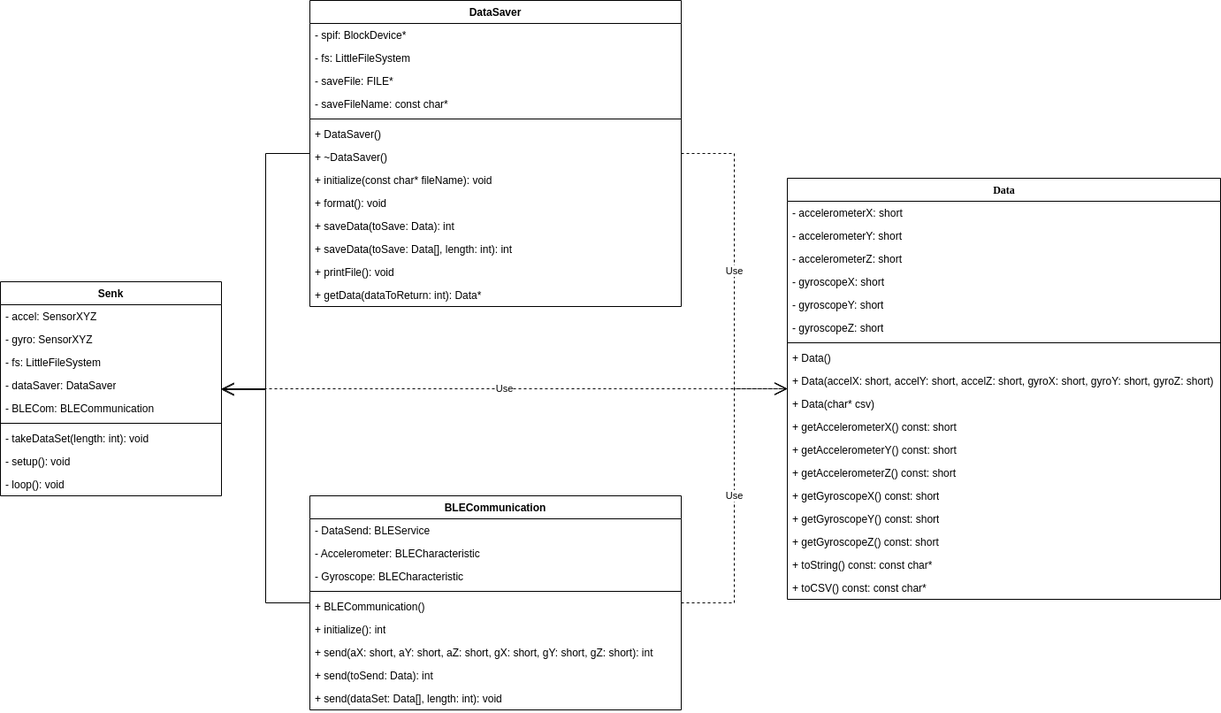
Earlier version of the draw.io export docs/media/ClassDiagram.png (Magform/senk). Source tidied: cells renumbered, new cells last; positions are measured from the earlier drawing's top-left corner, leaving out a move shared by most shapes.
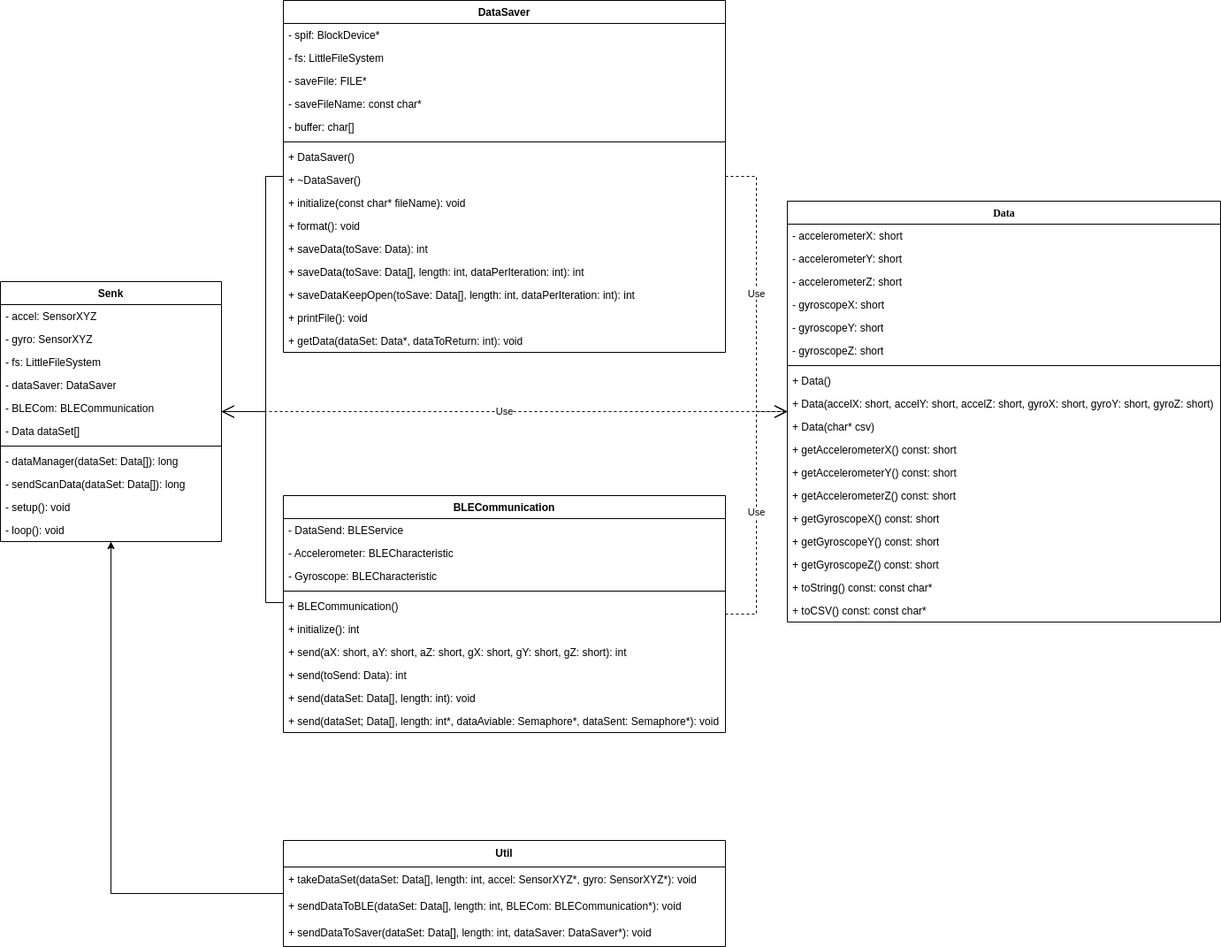
Later version of the same file.

Commit message:
Updated Class Diagram

The edit, as a diff of the source:
```diff
@@ -3,7 +3,7 @@
     <mxCell id="0" />
     <mxCell id="1" parent="0" />
     <mxCell id="2" value="Data" style="swimlane;html=1;fontStyle=1;align=center;verticalAlign=top;horizontal=1;startSize=26;swimlaneFillColor=#ffffff;rounded=0;shadow=0;comic=0;labelBackgroundColor=none;strokeWidth=1;fillColor=none;fontFamily=Verdana;fontSize=12;" parent="1" vertex="1">
-      <mxGeometry x="890" y="201" width="490" height="476" as="geometry" />
+      <mxGeometry x="890" y="227" width="490" height="476" as="geometry" />
     </mxCell>
     <mxCell id="3" value="- accelerometerX: short" style="text;html=1;strokeColor=none;fillColor=none;align=left;verticalAlign=top;spacingLeft=4;spacingRight=4;whiteSpace=wrap;overflow=hidden;" parent="2" vertex="1">
       <mxGeometry y="26" width="490" height="26" as="geometry" />
@@ -60,79 +60,88 @@
       <mxGeometry y="450" width="490" height="26" as="geometry" />
     </mxCell>
     <mxCell id="21" value="BLECommunication&lt;br&gt;" style="swimlane;fontStyle=1;align=center;verticalAlign=top;horizontal=1;startSize=26;whiteSpace=wrap;html=1;" parent="1" vertex="1">
-      <mxGeometry x="350" y="560" width="420" height="242" as="geometry" />
+      <mxGeometry x="320" y="560" width="500" height="268" as="geometry" />
     </mxCell>
     <mxCell id="22" value="- DataSend: BLEService" style="text;strokeColor=none;fillColor=none;align=left;verticalAlign=top;spacingLeft=4;spacingRight=4;overflow=hidden;whiteSpace=wrap;html=1;" parent="21" vertex="1">
-      <mxGeometry y="26" width="420" height="26" as="geometry" />
+      <mxGeometry y="26" width="500" height="26" as="geometry" />
     </mxCell>
     <mxCell id="23" value="- Accelerometer: BLECharacteristic" style="text;strokeColor=none;fillColor=none;align=left;verticalAlign=top;spacingLeft=4;spacingRight=4;overflow=hidden;whiteSpace=wrap;html=1;" parent="21" vertex="1">
-      <mxGeometry y="52" width="420" height="26" as="geometry" />
+      <mxGeometry y="52" width="500" height="26" as="geometry" />
     </mxCell>
     <mxCell id="24" value="- Gyroscope: BLECharacteristic" style="text;strokeColor=none;fillColor=none;align=left;verticalAlign=top;spacingLeft=4;spacingRight=4;overflow=hidden;whiteSpace=wrap;html=1;" parent="21" vertex="1">
-      <mxGeometry y="78" width="420" height="26" as="geometry" />
+      <mxGeometry y="78" width="500" height="26" as="geometry" />
     </mxCell>
     <mxCell id="25" style="line;strokeWidth=1;fillColor=none;align=left;verticalAlign=middle;spacingTop=-1;spacingLeft=3;spacingRight=3;labelPosition=right;strokeColor=inherit;" parent="21" vertex="1">
-      <mxGeometry y="104" width="420" height="8" as="geometry" />
+      <mxGeometry y="104" width="500" height="8" as="geometry" />
     </mxCell>
     <mxCell id="26" value="+ BLECommunication()" style="text;strokeColor=none;fillColor=none;align=left;verticalAlign=top;spacingLeft=4;spacingRight=4;overflow=hidden;whiteSpace=wrap;html=1;" parent="21" vertex="1">
-      <mxGeometry y="112" width="420" height="26" as="geometry" />
+      <mxGeometry y="112" width="500" height="26" as="geometry" />
     </mxCell>
     <mxCell id="27" value="+ initialize(): int" style="text;strokeColor=none;fillColor=none;align=left;verticalAlign=top;spacingLeft=4;spacingRight=4;overflow=hidden;whiteSpace=wrap;html=1;" parent="21" vertex="1">
-      <mxGeometry y="138" width="420" height="26" as="geometry" />
+      <mxGeometry y="138" width="500" height="26" as="geometry" />
     </mxCell>
     <mxCell id="28" value="+ send(aX: short, aY: short, aZ: short, gX: short, gY: short, gZ: short): int" style="text;strokeColor=none;fillColor=none;align=left;verticalAlign=top;spacingLeft=4;spacingRight=4;overflow=hidden;whiteSpace=wrap;html=1;" parent="21" vertex="1">
-      <mxGeometry y="164" width="420" height="26" as="geometry" />
+      <mxGeometry y="164" width="500" height="26" as="geometry" />
     </mxCell>
     <mxCell id="29" value="+ send(toSend: Data): int" style="text;strokeColor=none;fillColor=none;align=left;verticalAlign=top;spacingLeft=4;spacingRight=4;overflow=hidden;whiteSpace=wrap;html=1;" parent="21" vertex="1">
-      <mxGeometry y="190" width="420" height="26" as="geometry" />
+      <mxGeometry y="190" width="500" height="26" as="geometry" />
     </mxCell>
     <mxCell id="30" value="+ send(dataSet: Data[], length: int): void" style="text;strokeColor=none;fillColor=none;align=left;verticalAlign=top;spacingLeft=4;spacingRight=4;overflow=hidden;whiteSpace=wrap;html=1;" parent="21" vertex="1">
-      <mxGeometry y="216" width="420" height="26" as="geometry" />
+      <mxGeometry y="216" width="500" height="26" as="geometry" />
     </mxCell>
+    <mxCell id="60" value="+ send(dataSet; Data[], length: int*, dataAviable: Semaphore*, dataSent: Semaphore*): void" style="text;strokeColor=none;fillColor=none;align=left;verticalAlign=top;spacingLeft=4;spacingRight=4;overflow=hidden;whiteSpace=wrap;html=1;" parent="21" vertex="1">
+      <mxGeometry y="242" width="500" height="26" as="geometry" />
+    </mxCell>
     <mxCell id="31" value="DataSaver" style="swimlane;fontStyle=1;align=center;verticalAlign=top;horizontal=1;startSize=26;whiteSpace=wrap;html=1;" parent="1" vertex="1">
-      <mxGeometry x="350" width="420" height="346" as="geometry" />
+      <mxGeometry x="320" width="500" height="398" as="geometry" />
     </mxCell>
     <mxCell id="32" value="- spif: BlockDevice*" style="text;strokeColor=none;fillColor=none;align=left;verticalAlign=top;spacingLeft=4;spacingRight=4;overflow=hidden;whiteSpace=wrap;html=1;" parent="31" vertex="1">
-      <mxGeometry y="26" width="420" height="26" as="geometry" />
+      <mxGeometry y="26" width="500" height="26" as="geometry" />
     </mxCell>
     <mxCell id="33" value="- fs: LittleFileSystem" style="text;strokeColor=none;fillColor=none;align=left;verticalAlign=top;spacingLeft=4;spacingRight=4;overflow=hidden;whiteSpace=wrap;html=1;" parent="31" vertex="1">
-      <mxGeometry y="52" width="420" height="26" as="geometry" />
+      <mxGeometry y="52" width="500" height="26" as="geometry" />
     </mxCell>
     <mxCell id="34" value="- saveFile: FILE*" style="text;strokeColor=none;fillColor=none;align=left;verticalAlign=top;spacingLeft=4;spacingRight=4;overflow=hidden;whiteSpace=wrap;html=1;" parent="31" vertex="1">
-      <mxGeometry y="78" width="420" height="26" as="geometry" />
+      <mxGeometry y="78" width="500" height="26" as="geometry" />
     </mxCell>
     <mxCell id="35" value="- saveFileName: const char*" style="text;strokeColor=none;fillColor=none;align=left;verticalAlign=top;spacingLeft=4;spacingRight=4;overflow=hidden;whiteSpace=wrap;html=1;" parent="31" vertex="1">
-      <mxGeometry y="104" width="420" height="26" as="geometry" />
+      <mxGeometry y="104" width="500" height="26" as="geometry" />
     </mxCell>
+    <mxCell id="61" value="- buffer: char[]" style="text;strokeColor=none;fillColor=none;align=left;verticalAlign=top;spacingLeft=4;spacingRight=4;overflow=hidden;whiteSpace=wrap;html=1;" parent="31" vertex="1">
+      <mxGeometry y="130" width="500" height="26" as="geometry" />
+    </mxCell>
     <mxCell id="36" style="line;strokeWidth=1;fillColor=none;align=left;verticalAlign=middle;spacingTop=-1;spacingLeft=3;spacingRight=3;labelPosition=right;strokeColor=inherit;" parent="31" vertex="1">
-      <mxGeometry y="130" width="420" height="8" as="geometry" />
+      <mxGeometry y="156" width="500" height="8" as="geometry" />
     </mxCell>
     <mxCell id="37" value="+ DataSaver()" style="text;strokeColor=none;fillColor=none;align=left;verticalAlign=top;spacingLeft=4;spacingRight=4;overflow=hidden;whiteSpace=wrap;html=1;" parent="31" vertex="1">
-      <mxGeometry y="138" width="420" height="26" as="geometry" />
+      <mxGeometry y="164" width="500" height="26" as="geometry" />
     </mxCell>
     <mxCell id="38" value="+ ~DataSaver()" style="text;strokeColor=none;fillColor=none;align=left;verticalAlign=top;spacingLeft=4;spacingRight=4;overflow=hidden;whiteSpace=wrap;html=1;" parent="31" vertex="1">
-      <mxGeometry y="164" width="420" height="26" as="geometry" />
+      <mxGeometry y="190" width="500" height="26" as="geometry" />
     </mxCell>
     <mxCell id="39" value="+ initialize(const char* fileName): void" style="text;strokeColor=none;fillColor=none;align=left;verticalAlign=top;spacingLeft=4;spacingRight=4;overflow=hidden;whiteSpace=wrap;html=1;" parent="31" vertex="1">
-      <mxGeometry y="190" width="420" height="26" as="geometry" />
+      <mxGeometry y="216" width="500" height="26" as="geometry" />
     </mxCell>
     <mxCell id="40" value="+ format(): void" style="text;strokeColor=none;fillColor=none;align=left;verticalAlign=top;spacingLeft=4;spacingRight=4;overflow=hidden;whiteSpace=wrap;html=1;" parent="31" vertex="1">
-      <mxGeometry y="216" width="420" height="26" as="geometry" />
+      <mxGeometry y="242" width="500" height="26" as="geometry" />
     </mxCell>
     <mxCell id="41" value="+ saveData(toSave: Data): int" style="text;strokeColor=none;fillColor=none;align=left;verticalAlign=top;spacingLeft=4;spacingRight=4;overflow=hidden;whiteSpace=wrap;html=1;" parent="31" vertex="1">
-      <mxGeometry y="242" width="420" height="26" as="geometry" />
+      <mxGeometry y="268" width="500" height="26" as="geometry" />
     </mxCell>
-    <mxCell id="42" value="+ saveData(toSave: Data[], length: int): int" style="text;strokeColor=none;fillColor=none;align=left;verticalAlign=top;spacingLeft=4;spacingRight=4;overflow=hidden;whiteSpace=wrap;html=1;" parent="31" vertex="1">
-      <mxGeometry y="268" width="420" height="26" as="geometry" />
+    <mxCell id="42" value="+ saveData(toSave: Data[], length: int, dataPerIteration: int): int" style="text;strokeColor=none;fillColor=none;align=left;verticalAlign=top;spacingLeft=4;spacingRight=4;overflow=hidden;whiteSpace=wrap;html=1;" parent="31" vertex="1">
+      <mxGeometry y="294" width="500" height="26" as="geometry" />
     </mxCell>
+    <mxCell id="62" value="+ saveDataKeepOpen(toSave: Data[], length: int, dataPerIteration: int): int" style="text;strokeColor=none;fillColor=none;align=left;verticalAlign=top;spacingLeft=4;spacingRight=4;overflow=hidden;whiteSpace=wrap;html=1;" parent="31" vertex="1">
+      <mxGeometry y="320" width="500" height="26" as="geometry" />
+    </mxCell>
     <mxCell id="43" value="+ printFile(): void" style="text;strokeColor=none;fillColor=none;align=left;verticalAlign=top;spacingLeft=4;spacingRight=4;overflow=hidden;whiteSpace=wrap;html=1;" parent="31" vertex="1">
-      <mxGeometry y="294" width="420" height="26" as="geometry" />
+      <mxGeometry y="346" width="500" height="26" as="geometry" />
     </mxCell>
-    <mxCell id="44" value="+ getData(dataToReturn: int): Data*&amp;nbsp;" style="text;strokeColor=none;fillColor=none;align=left;verticalAlign=top;spacingLeft=4;spacingRight=4;overflow=hidden;whiteSpace=wrap;html=1;" parent="31" vertex="1">
-      <mxGeometry y="320" width="420" height="26" as="geometry" />
+    <mxCell id="44" value="+ getData(dataSet: Data*, dataToReturn: int): void" style="text;strokeColor=none;fillColor=none;align=left;verticalAlign=top;spacingLeft=4;spacingRight=4;overflow=hidden;whiteSpace=wrap;html=1;" parent="31" vertex="1">
+      <mxGeometry y="372" width="500" height="26" as="geometry" />
     </mxCell>
     <mxCell id="45" value="Senk" style="swimlane;fontStyle=1;align=center;verticalAlign=top;horizontal=1;startSize=26;whiteSpace=wrap;html=1;" parent="1" vertex="1">
-      <mxGeometry y="318" width="250" height="242" as="geometry" />
+      <mxGeometry y="318" width="250" height="294" as="geometry" />
     </mxCell>
     <mxCell id="46" value="- accel: SensorXYZ" style="text;strokeColor=none;fillColor=none;align=left;verticalAlign=top;spacingLeft=4;spacingRight=4;overflow=hidden;whiteSpace=wrap;html=1;" parent="45" vertex="1">
       <mxGeometry y="26" width="250" height="26" as="geometry" />
@@ -149,26 +158,37 @@
     <mxCell id="50" value="- BLECom: BLECommunication" style="text;strokeColor=none;fillColor=none;align=left;verticalAlign=top;spacingLeft=4;spacingRight=4;overflow=hidden;whiteSpace=wrap;html=1;" parent="45" vertex="1">
       <mxGeometry y="130" width="250" height="26" as="geometry" />
     </mxCell>
+    <mxCell id="63" value="- Data dataSet[]" style="text;strokeColor=none;fillColor=none;align=left;verticalAlign=top;spacingLeft=4;spacingRight=4;overflow=hidden;whiteSpace=wrap;html=1;" parent="45" vertex="1">
+      <mxGeometry y="156" width="250" height="26" as="geometry" />
+    </mxCell>
     <mxCell id="51" style="line;strokeWidth=1;fillColor=none;align=left;verticalAlign=middle;spacingTop=-1;spacingLeft=3;spacingRight=3;labelPosition=right;strokeColor=inherit;" parent="45" vertex="1">
-      <mxGeometry y="156" width="250" height="8" as="geometry" />
+      <mxGeometry y="182" width="250" height="8" as="geometry" />
     </mxCell>
-    <mxCell id="52" value="- takeDataSet(length: int): void" style="text;strokeColor=none;fillColor=none;align=left;verticalAlign=top;spacingLeft=4;spacingRight=4;overflow=hidden;whiteSpace=wrap;html=1;" parent="45" vertex="1">
-      <mxGeometry y="164" width="250" height="26" as="geometry" />
+    <mxCell id="52" value="- dataManager(dataSet: Data[]): long" style="text;strokeColor=none;fillColor=none;align=left;verticalAlign=top;spacingLeft=4;spacingRight=4;overflow=hidden;whiteSpace=wrap;html=1;" parent="45" vertex="1">
+      <mxGeometry y="190" width="250" height="26" as="geometry" />
     </mxCell>
+    <mxCell id="64" value="- sendScanData(dataSet: Data[]): long" style="text;strokeColor=none;fillColor=none;align=left;verticalAlign=top;spacingLeft=4;spacingRight=4;overflow=hidden;whiteSpace=wrap;html=1;" parent="45" vertex="1">
+      <mxGeometry y="216" width="250" height="26" as="geometry" />
+    </mxCell>
     <mxCell id="53" value="- setup(): void" style="text;strokeColor=none;fillColor=none;align=left;verticalAlign=top;spacingLeft=4;spacingRight=4;overflow=hidden;whiteSpace=wrap;html=1;" parent="45" vertex="1">
-      <mxGeometry y="190" width="250" height="26" as="geometry" />
+      <mxGeometry y="242" width="250" height="26" as="geometry" />
     </mxCell>
     <mxCell id="54" value="- loop(): void" style="text;strokeColor=none;fillColor=none;align=left;verticalAlign=top;spacingLeft=4;spacingRight=4;overflow=hidden;whiteSpace=wrap;html=1;" parent="45" vertex="1">
-      <mxGeometry y="216" width="250" height="26" as="geometry" />
+      <mxGeometry y="268" width="250" height="26" as="geometry" />
     </mxCell>
     <mxCell id="55" style="endArrow=open;endFill=1;endSize=12;html=1;rounded=0;edgeStyle=orthogonalEdgeStyle;" parent="1" edge="1" source="31" target="45">
-      <mxGeometry relative="1" as="geometry" />
+      <mxGeometry relative="1" as="geometry">
+        <Array as="points">
+          <mxPoint x="300" y="199" />
+          <mxPoint x="300" y="465" />
+        </Array>
+      </mxGeometry>
     </mxCell>
     <mxCell id="56" style="endArrow=open;endFill=1;endSize=12;html=1;rounded=0;edgeStyle=orthogonalEdgeStyle;" parent="1" edge="1" source="21" target="45">
       <mxGeometry relative="1" as="geometry">
         <Array as="points">
           <mxPoint x="300" y="681" />
-          <mxPoint x="300" y="440" />
+          <mxPoint x="300" y="465" />
         </Array>
       </mxGeometry>
     </mxCell>
@@ -181,5 +201,20 @@
     <mxCell id="59" value="Use" style="endArrow=open;endSize=12;dashed=1;html=1;rounded=0;" parent="1" edge="1" source="45" target="2">
       <mxGeometry relative="1" as="geometry" />
     </mxCell>
+    <mxCell id="65" value="&lt;b&gt;Util&lt;/b&gt;" style="swimlane;fontStyle=0;horizontal=1;startSize=30;whiteSpace=wrap;html=1;" parent="1" vertex="1">
+      <mxGeometry x="320" y="950" width="500" height="120" as="geometry" />
+    </mxCell>
+    <mxCell id="66" value="+ takeDataSet(dataSet: Data[], length: int, accel: SensorXYZ*, gyro: SensorXYZ*): void" style="text;strokeColor=none;fillColor=none;align=left;verticalAlign=middle;spacingLeft=4;spacingRight=4;overflow=hidden;whiteSpace=wrap;html=1;" parent="65" vertex="1">
+      <mxGeometry y="30" width="500" height="30" as="geometry" />
+    </mxCell>
+    <mxCell id="67" value="+ sendDataToBLE(dataSet: Data[], length: int, BLECom: BLECommunication*): void" style="text;strokeColor=none;fillColor=none;align=left;verticalAlign=middle;spacingLeft=4;spacingRight=4;overflow=hidden;whiteSpace=wrap;html=1;" parent="65" vertex="1">
+      <mxGeometry y="60" width="500" height="30" as="geometry" />
+    </mxCell>
+    <mxCell id="68" value="+ sendDataToSaver(dataSet: Data[], length: int, dataSaver: DataSaver*): void" style="text;strokeColor=none;fillColor=none;align=left;verticalAlign=middle;spacingLeft=4;spacingRight=4;overflow=hidden;whiteSpace=wrap;html=1;" parent="65" vertex="1">
+      <mxGeometry y="90" width="500" height="30" as="geometry" />
+    </mxCell>
+    <mxCell id="69" style="endArrow=classic;html=1;rounded=0;edgeStyle=orthogonalEdgeStyle;" parent="1" edge="1" source="65" target="45">
+      <mxGeometry relative="1" as="geometry" />
+    </mxCell>
   </root>
 </mxGraphModel>
```
